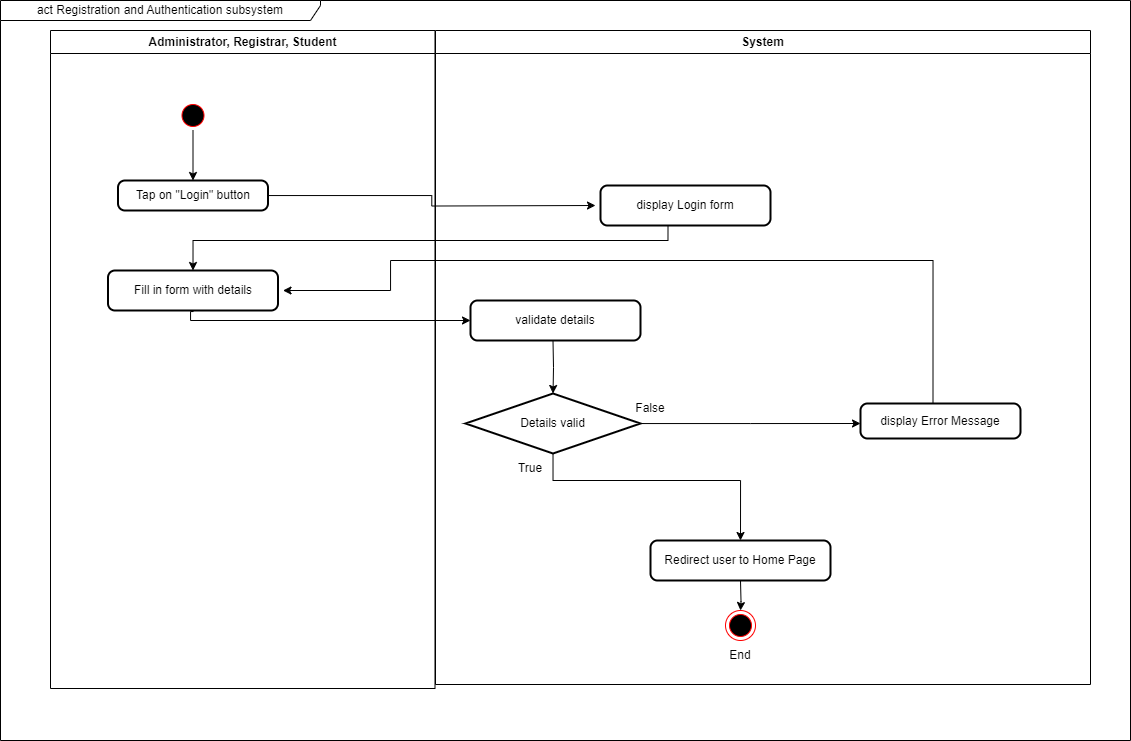
This is project/drawio/Alpha/ActivityDiagramLogIn.drawio.png from drshahizan/software-engineering, a draw.io export, as it was before one commit. Source tidied: cells renumbered, new cells last; positions are measured from the earlier drawing's top-left corner, leaving out a move shared by most shapes.
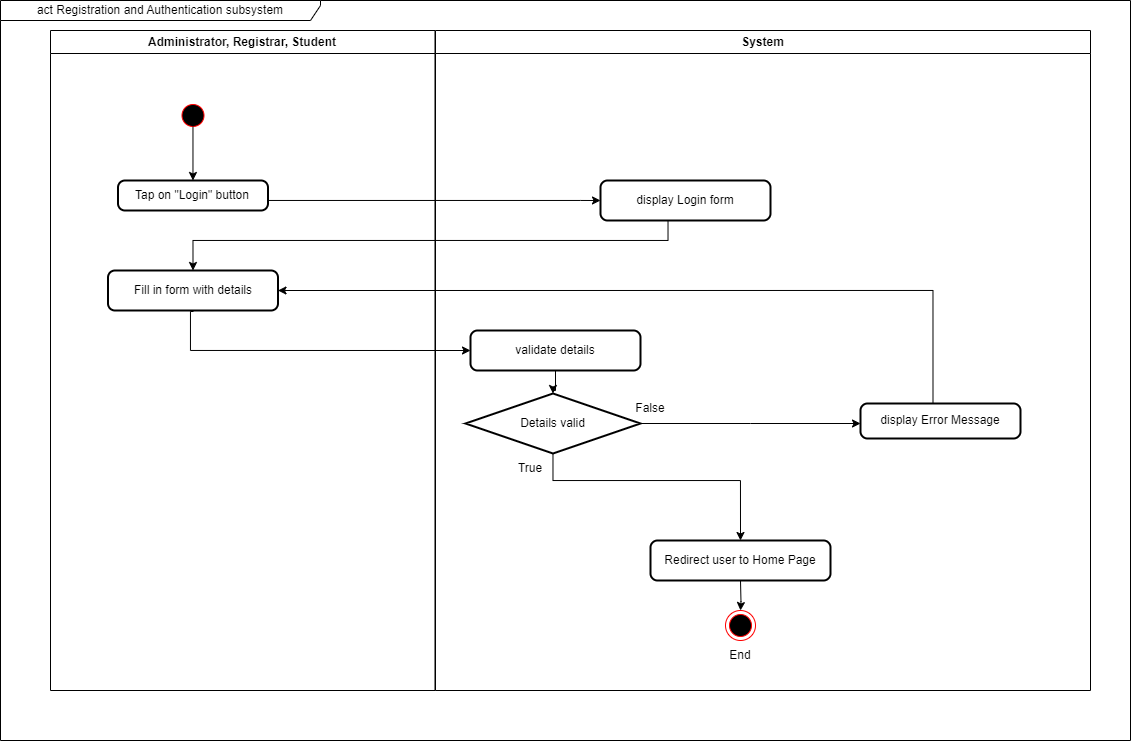
After the change.

Diff of the diagram source:
```diff
@@ -3,7 +3,7 @@
     <mxCell id="0" />
     <mxCell id="1" parent="0" />
     <mxCell id="2" value="Administrator, Registrar, Student" style="swimlane;whiteSpace=wrap;startSize=23;" parent="1" vertex="1">
-      <mxGeometry x="50" y="30" width="384.5" height="658" as="geometry" />
+      <mxGeometry x="50" y="30" width="384.5" height="660" as="geometry" />
     </mxCell>
     <mxCell id="3" style="ellipse;shape=startState;fillColor=#000000;strokeColor=#ff0000;" parent="2" vertex="1">
       <mxGeometry x="127.5" y="70" width="30" height="30" as="geometry" />
@@ -13,20 +13,18 @@
         <mxPoint x="142.5" y="280" as="sourcePoint" />
         <Array as="points">
           <mxPoint x="140" y="281" />
-          <mxPoint x="140" y="290" />
+          <mxPoint x="140" y="320" />
         </Array>
       </mxGeometry>
     </mxCell>
     <mxCell id="5" value="System" style="swimlane;whiteSpace=wrap;" parent="1" vertex="1">
-      <mxGeometry x="435" y="30" width="655" height="654" as="geometry" />
+      <mxGeometry x="435" y="30" width="655" height="660" as="geometry" />
     </mxCell>
     <mxCell id="6" style="ellipse;shape=endState;fillColor=#000000;strokeColor=#ff0000;" parent="5" vertex="1">
       <mxGeometry x="290" y="580" width="30" height="30" as="geometry" />
     </mxCell>
-    <mxCell id="7" style="edgeStyle=orthogonalEdgeStyle;rounded=0;jettySize=auto;html=1;" parent="5" edge="1" target="9">
-      <mxGeometry relative="1" as="geometry">
-        <mxPoint x="117.5" y="310" as="sourcePoint" />
-      </mxGeometry>
+    <mxCell id="7" style="edgeStyle=orthogonalEdgeStyle;rounded=0;jettySize=auto;html=1;" parent="5" edge="1" source="23" target="9">
+      <mxGeometry relative="1" as="geometry" />
     </mxCell>
     <mxCell id="8" style="edgeStyle=orthogonalEdgeStyle;rounded=0;jettySize=auto;html=1;" parent="5" edge="1" source="9">
       <mxGeometry relative="1" as="geometry">
@@ -50,6 +48,9 @@
     <mxCell id="13" value="End" style="text;html=1;strokeColor=none;fillColor=none;align=center;verticalAlign=middle;whiteSpace=wrap;rounded=0;" parent="5" vertex="1">
       <mxGeometry x="275" y="610" width="60" height="30" as="geometry" />
     </mxCell>
+    <mxCell id="23" value="validate details" style="rounded=1;whiteSpace=wrap;html=1;absoluteArcSize=1;arcSize=14;strokeWidth=2;" parent="5" vertex="1">
+      <mxGeometry x="35" y="300" width="170" height="40" as="geometry" />
+    </mxCell>
     <mxCell id="14" style="edgeStyle=orthogonalEdgeStyle;rounded=0;orthogonalLoop=1;jettySize=auto;html=1;entryX=0.5;entryY=0;entryDx=0;entryDy=0;" parent="1" edge="1">
       <mxGeometry relative="1" as="geometry">
         <mxPoint x="667.5" y="220" as="sourcePoint" />
@@ -60,19 +61,19 @@
         </Array>
       </mxGeometry>
     </mxCell>
-    <mxCell id="15" style="edgeStyle=orthogonalEdgeStyle;rounded=0;jettySize=auto;html=1;" parent="1" edge="1" source="18">
+    <mxCell id="15" style="edgeStyle=orthogonalEdgeStyle;rounded=0;jettySize=auto;html=1;entryX=0;entryY=0.5;entryDx=0;entryDy=0;" parent="1" edge="1" source="18" target="21">
       <mxGeometry relative="1" as="geometry">
-        <mxPoint x="595" y="205" as="targetPoint" />
+        <Array as="points">
+          <mxPoint x="580" y="200" />
+          <mxPoint x="580" y="200" />
+        </Array>
       </mxGeometry>
     </mxCell>
-    <mxCell id="16" style="edgeStyle=orthogonalEdgeStyle;rounded=0;orthogonalLoop=1;jettySize=auto;html=1;entryX=1;entryY=0.5;entryDx=0;entryDy=0;" parent="1" edge="1">
+    <mxCell id="16" style="edgeStyle=orthogonalEdgeStyle;rounded=0;jettySize=auto;html=1;entryX=1;entryY=0.5;entryDx=0;entryDy=0;" parent="1" edge="1" target="20">
       <mxGeometry relative="1" as="geometry">
         <mxPoint x="932.5" y="408" as="sourcePoint" />
-        <mxPoint x="282.5" y="290" as="targetPoint" />
         <Array as="points">
-          <mxPoint x="932" y="260" />
-          <mxPoint x="390" y="260" />
-          <mxPoint x="390" y="290" />
+          <mxPoint x="933" y="290" />
         </Array>
       </mxGeometry>
     </mxCell>
@@ -82,21 +83,18 @@
     <mxCell id="18" value="Tap on &quot;Login&quot; button" style="rounded=1;whiteSpace=wrap;html=1;absoluteArcSize=1;arcSize=14;strokeWidth=2;" parent="1" vertex="1">
       <mxGeometry x="117.5" y="180" width="150" height="30" as="geometry" />
     </mxCell>
-    <mxCell id="19" style="edgeStyle=orthogonalEdgeStyle;rounded=0;jettySize=auto;html=1;" parent="1" edge="1" source="3" target="18">
+    <mxCell id="19" style="edgeStyle=orthogonalEdgeStyle;rounded=0;jettySize=auto;html=1;exitX=0.499;exitY=0.873;exitDx=0;exitDy=0;exitPerimeter=0;" parent="1" edge="1" source="3" target="18">
       <mxGeometry relative="1" as="geometry" />
     </mxCell>
     <mxCell id="20" value="Fill in form with details" style="rounded=1;whiteSpace=wrap;html=1;absoluteArcSize=1;arcSize=14;strokeWidth=2;" parent="1" vertex="1">
       <mxGeometry x="107.5" y="270" width="170" height="40" as="geometry" />
     </mxCell>
     <mxCell id="21" value="display Login form" style="rounded=1;whiteSpace=wrap;html=1;absoluteArcSize=1;arcSize=14;strokeWidth=2;" parent="1" vertex="1">
-      <mxGeometry x="600" y="185" width="170" height="40" as="geometry" />
+      <mxGeometry x="600" y="180" width="170" height="40" as="geometry" />
     </mxCell>
     <mxCell id="22" value="display Error Message" style="rounded=1;whiteSpace=wrap;html=1;absoluteArcSize=1;arcSize=14;strokeWidth=2;" parent="1" vertex="1">
       <mxGeometry x="860" y="403" width="160" height="35" as="geometry" />
     </mxCell>
-    <mxCell id="23" value="validate details" style="rounded=1;whiteSpace=wrap;html=1;absoluteArcSize=1;arcSize=14;strokeWidth=2;" parent="1" vertex="1">
-      <mxGeometry x="470" y="300" width="170" height="40" as="geometry" />
-    </mxCell>
     <mxCell id="24" value="Redirect user to Home Page" style="rounded=1;whiteSpace=wrap;html=1;absoluteArcSize=1;arcSize=14;strokeWidth=2;" parent="1" vertex="1">
       <mxGeometry x="650" y="540" width="180" height="40" as="geometry" />
     </mxCell>
```
